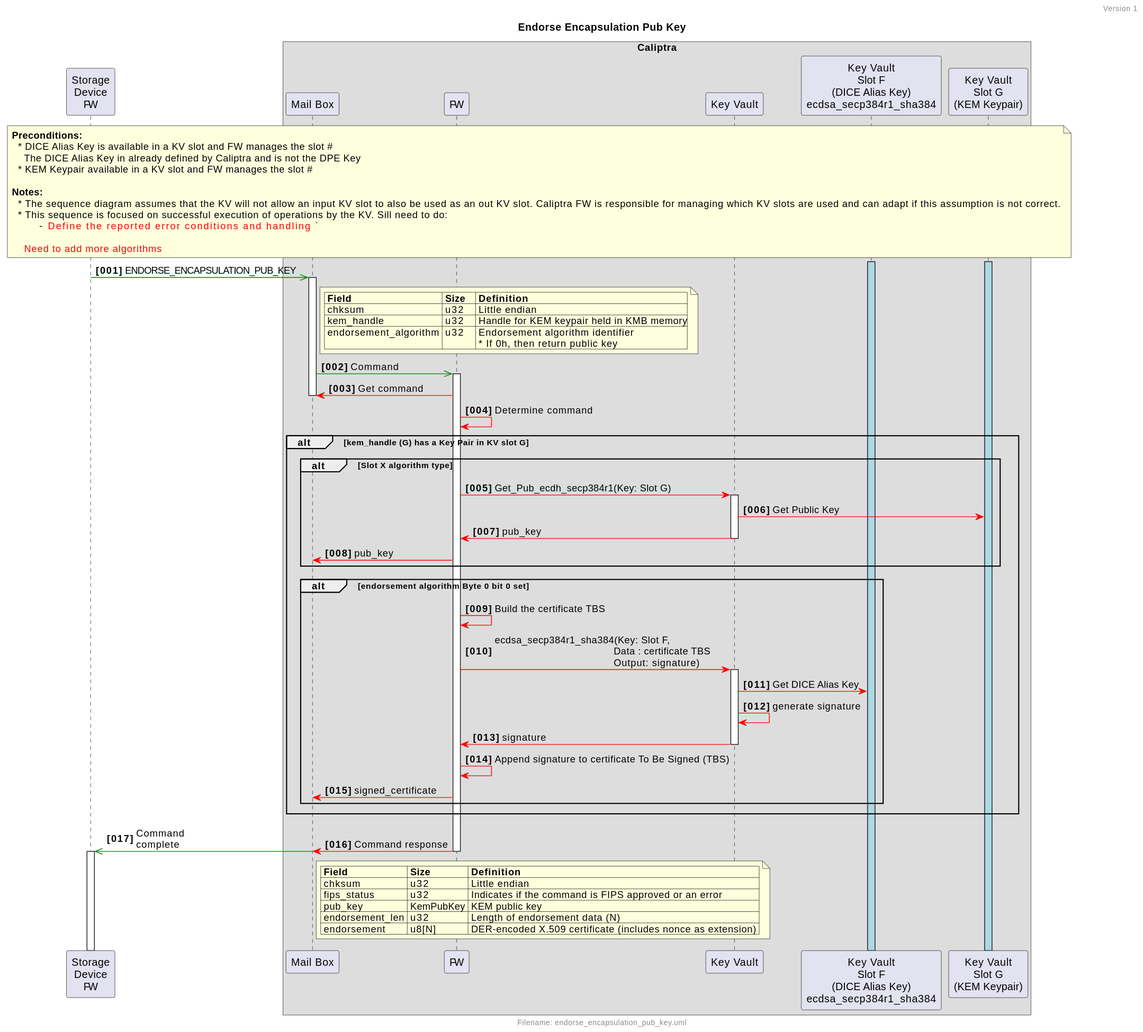
Before: doc/ocp_lock/diagrams/endorse_encapsulation_pub_key.svg, a diagram exported from PlantUML (chipsalliance/Caliptra).
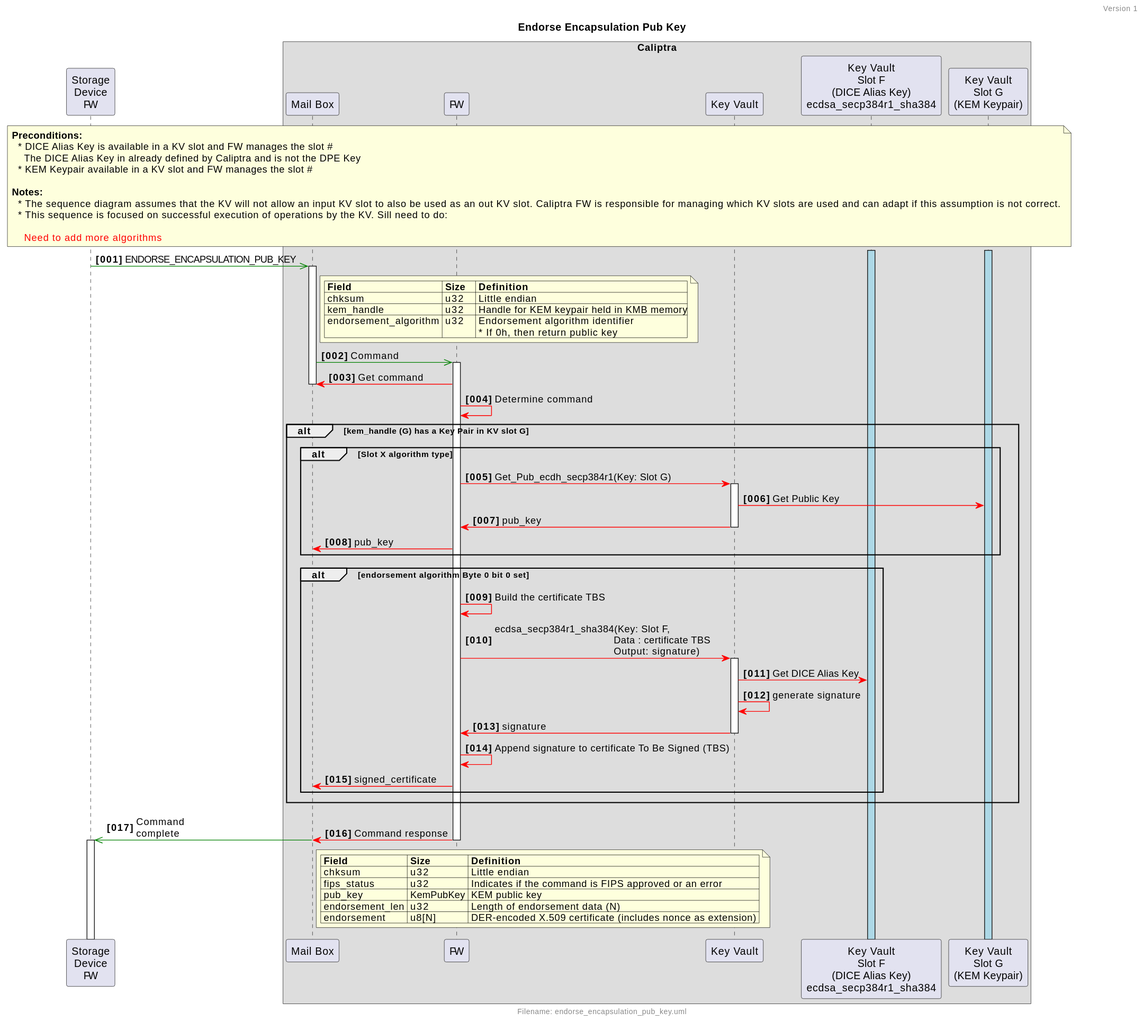
The same file after the commit.

What changed in the source:
```diff
@@ -1,21 +1,5 @@
 @startuml
 !include ocp_lock_utils.inc
-
-!$show_all = %true()
-
-!if ($show_all)
-    !$show_precond = %true()
-    !$show_title = %true()
-    !$show_api = %true()
-    !$show_msg_parsing = %true()
-    !$show_done = %true()
-!else
-    !$show_precond = %false()
-    !$show_title = %false()
-    !$show_api = %false()
-    !$show_msg_parsing = %false()
-    !$show_done = %false()
-!endif
 
 !if ($show_title)
     Title "Endorse Encapsulation Pub Key"
@@ -31,7 +15,6 @@
         <b>Notes:</b>
           * The sequence diagram assumes that the KV will not allow an input KV slot to also be used as an out KV slot. Caliptra FW is responsible for managing which KV slots are used and can adapt if this assumption is not correct.
           * This sequence is focused on successful execution of operations by the KV. Sill need to do:
-                 - <font color=red>Define the reported error conditions and handling          `
 
            <font color=red> Need to add more algorithms
     end note
```
